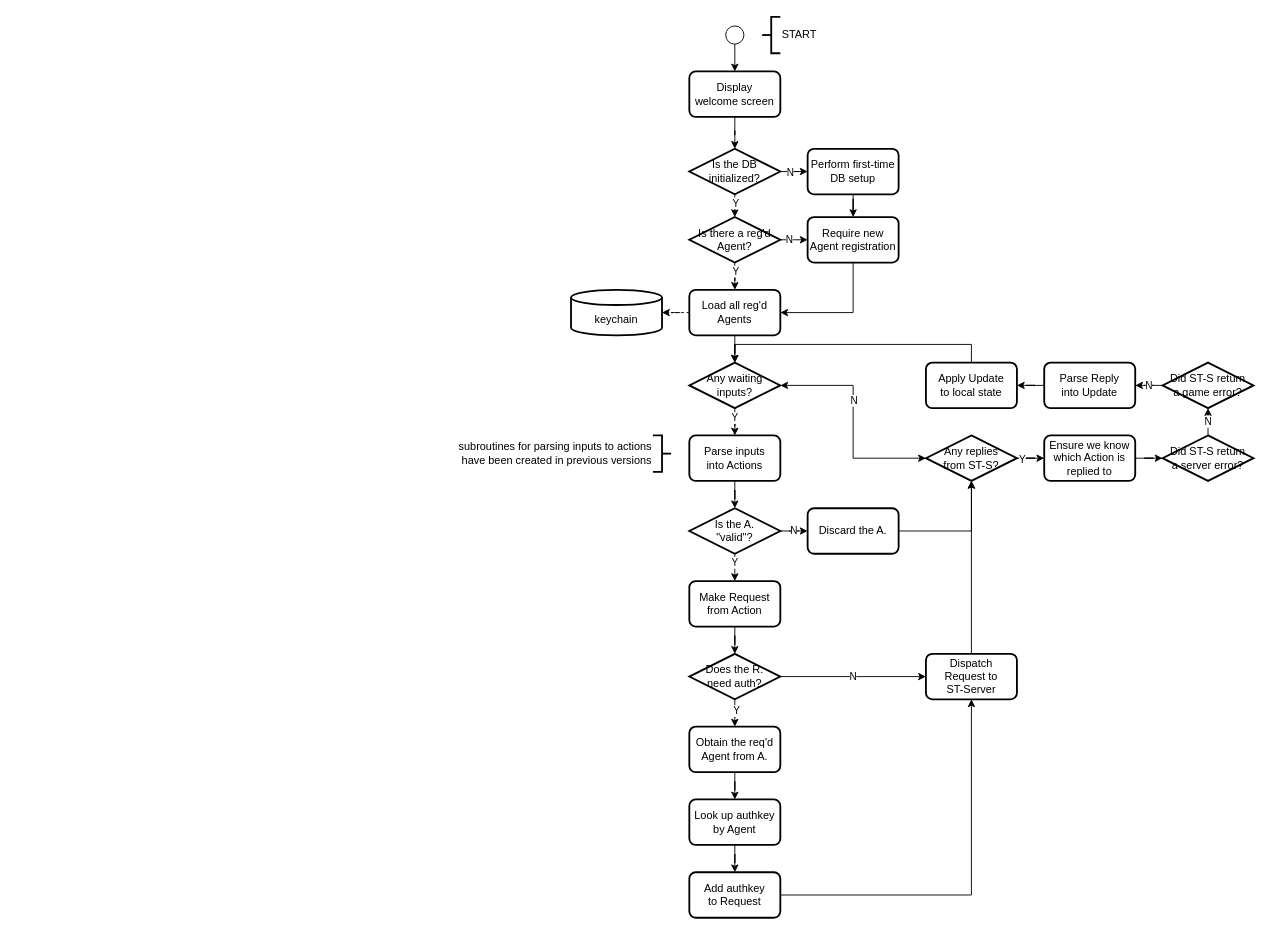
This is spacetraders_program_flow.drawio from zgrow/misc_bucket, a draw.io file, before an edit. Source tidied: cells renumbered, new cells numbered last; positions are measured from the earlier drawing's top-left corner, leaving out a move shared by most shapes. Both pictures are drawn from the tidied source at 91%, with x=0, y=0 at pixel (571, 16).
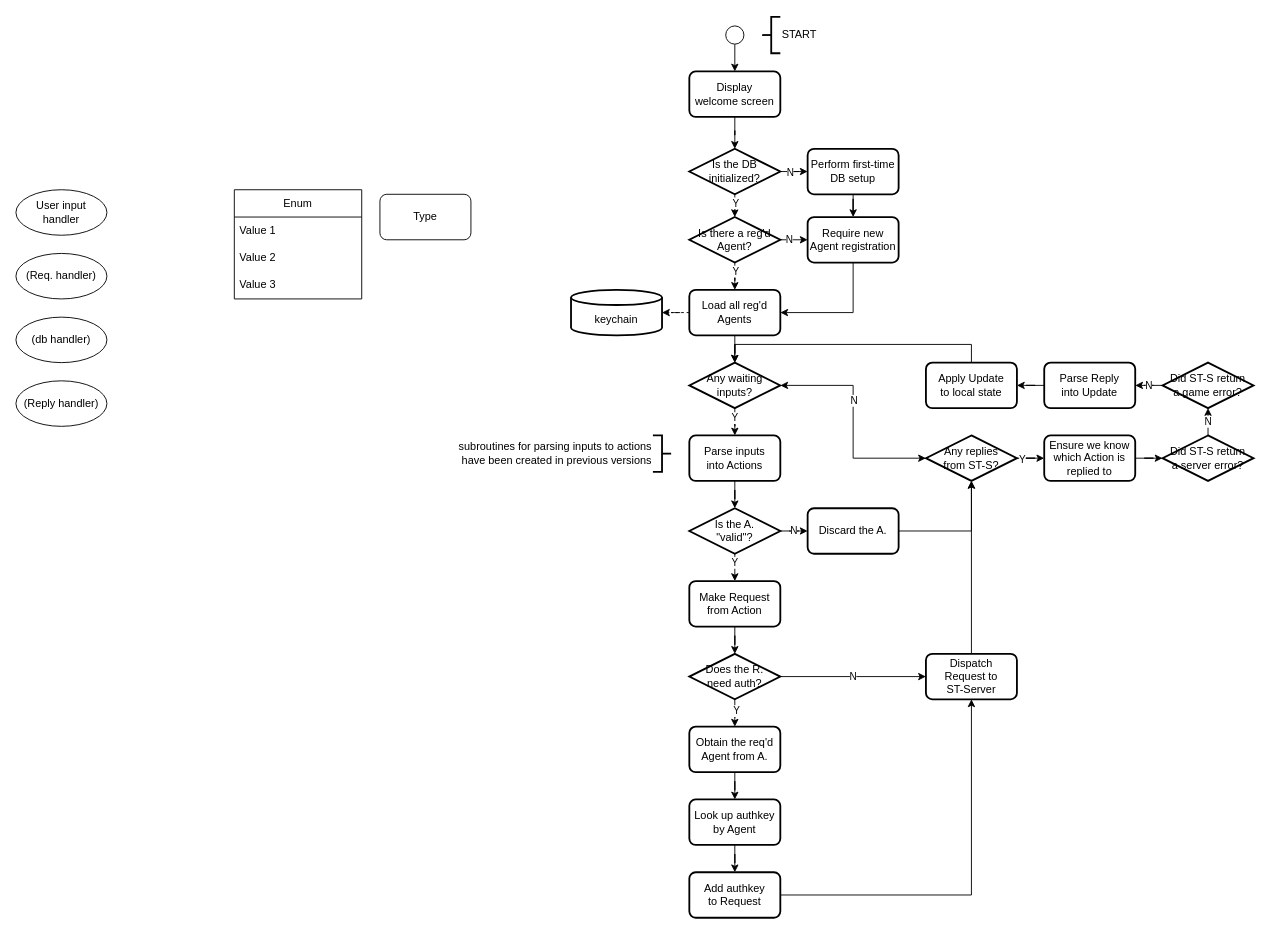
After the change.

Diff of the diagram source:
```diff
@@
+    <mxCell id="64" value="&lt;div&gt;User input&lt;/div&gt;&lt;div&gt;handler&lt;/div&gt;" style="ellipse;whiteSpace=wrap;html=1;" parent="1" vertex="1">
+      <mxGeometry x="-610" y="190" width="100" height="50" as="geometry" />
+    </mxCell>
+    <mxCell id="65" value="Type" style="rounded=1;whiteSpace=wrap;html=1;" parent="1" vertex="1">
+      <mxGeometry x="-210" y="195" width="100" height="50" as="geometry" />
+    </mxCell>
+    <mxCell id="66" value="Enum" style="swimlane;fontStyle=0;horizontal=1;startSize=30;whiteSpace=wrap;html=1;" parent="1" vertex="1">
+      <mxGeometry x="-370" y="190" width="140" height="120" as="geometry" />
+    </mxCell>
+    <mxCell id="67" value="Value 1" style="text;strokeColor=none;fillColor=none;align=left;verticalAlign=middle;spacingLeft=4;spacingRight=4;overflow=hidden;whiteSpace=wrap;html=1;" parent="66" vertex="1">
+      <mxGeometry y="30" width="140" height="30" as="geometry" />
+    </mxCell>
+    <mxCell id="68" value="Value 2" style="text;strokeColor=none;fillColor=none;align=left;verticalAlign=middle;spacingLeft=4;spacingRight=4;overflow=hidden;whiteSpace=wrap;html=1;" parent="66" vertex="1">
+      <mxGeometry y="60" width="140" height="30" as="geometry" />
+    </mxCell>
+    <mxCell id="69" value="Value 3" style="text;strokeColor=none;fillColor=none;align=left;verticalAlign=middle;spacingLeft=4;spacingRight=4;overflow=hidden;whiteSpace=wrap;html=1;" parent="66" vertex="1">
+      <mxGeometry y="90" width="140" height="30" as="geometry" />
+    </mxCell>
+    <mxCell id="70" value="(Req. handler)" style="ellipse;whiteSpace=wrap;html=1;" parent="1" vertex="1">
+      <mxGeometry x="-610" y="260" width="100" height="50" as="geometry" />
+    </mxCell>
+    <mxCell id="71" value="(db handler)" style="ellipse;whiteSpace=wrap;html=1;" parent="1" vertex="1">
+      <mxGeometry x="-610" y="330" width="100" height="50" as="geometry" />
+    </mxCell>
+    <mxCell id="72" value="(Reply handler)" style="ellipse;whiteSpace=wrap;html=1;" parent="1" vertex="1">
+      <mxGeometry x="-610" y="400" width="100" height="50" as="geometry" />
+    </mxCell>
```
